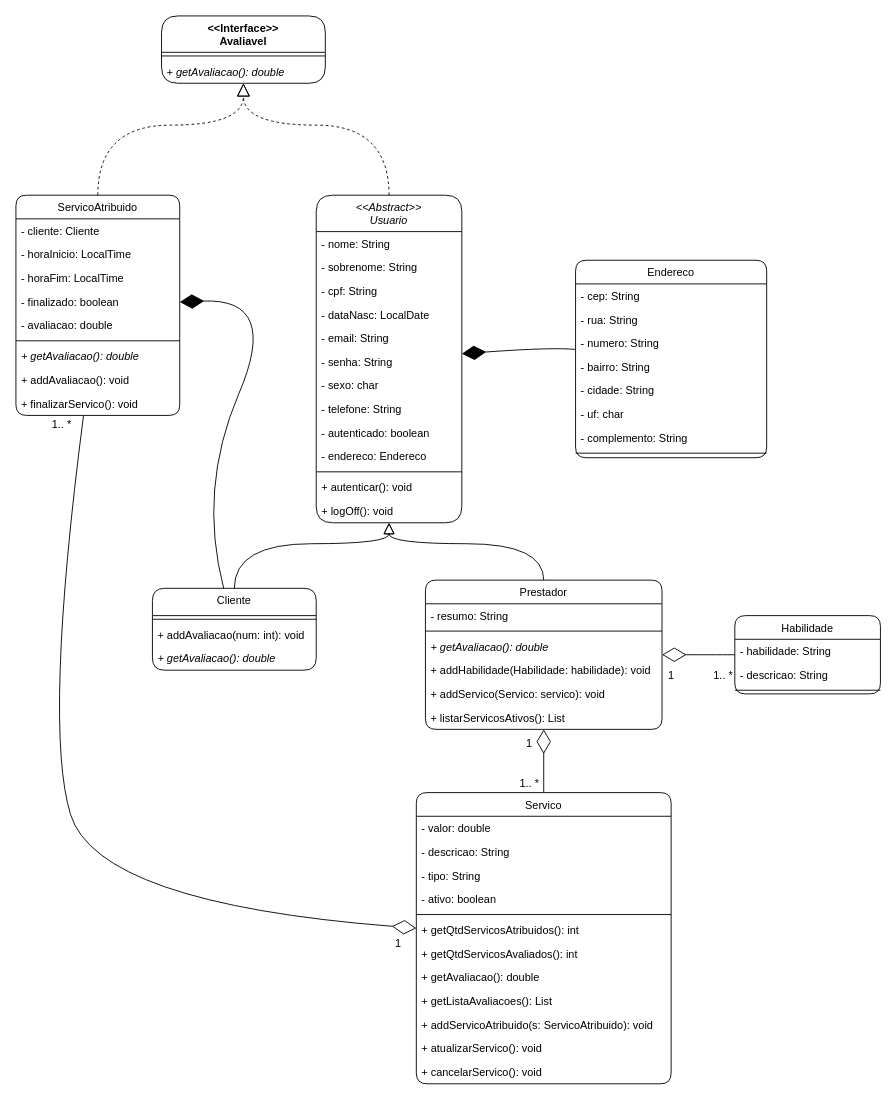
This is docs/class diagram iara.drawio from j9remy/Iara-grupo-5, a draw.io file, before an edit. Source tidied: cells renumbered, new cells numbered last; positions are measured from the earlier drawing's top-left corner, leaving out a move shared by most shapes. Both pictures are drawn from the tidied source at 91%, with x=0, y=0 at pixel (15, 15).
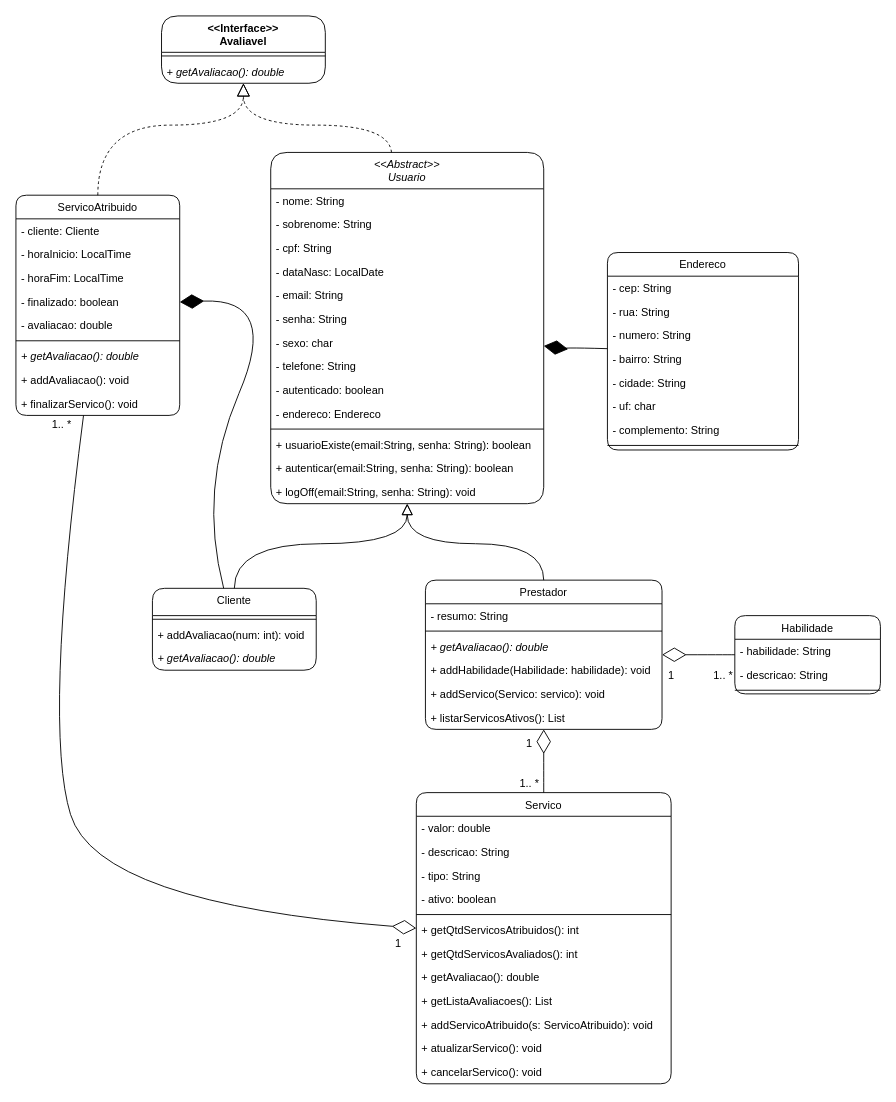
Above is the later version.

What changed in the source:
```diff
@@
     <mxCell id="2" value="&lt;&lt;Abstract&gt;&gt;&#10;Usuario" style="swimlane;fontStyle=2;align=center;verticalAlign=top;horizontal=1;startSize=40;shadow=0;strokeWidth=1;rounded=1;" parent="1" vertex="1">
-      <mxGeometry x="330" y="197" width="160" height="360" as="geometry" />
+      <mxGeometry x="280" y="150" width="300" height="386" as="geometry" />
     </mxCell>
     <mxCell id="3" value="- nome: String" style="text;align=left;verticalAlign=top;spacingLeft=4;spacingRight=4;overflow=hidden;rounded=1;" parent="2" vertex="1">
-      <mxGeometry y="40" width="160" height="26" as="geometry" />
+      <mxGeometry y="40" width="300" height="26" as="geometry" />
     </mxCell>
     <mxCell id="4" value="- sobrenome: String" style="text;align=left;verticalAlign=top;spacingLeft=4;spacingRight=4;overflow=hidden;shadow=0;html=0;rounded=1;" parent="2" vertex="1">
-      <mxGeometry y="66" width="160" height="26" as="geometry" />
+      <mxGeometry y="66" width="300" height="26" as="geometry" />
     </mxCell>
     <mxCell id="5" value="- cpf: String" style="text;align=left;verticalAlign=top;spacingLeft=4;spacingRight=4;overflow=hidden;shadow=0;html=0;rounded=1;" parent="2" vertex="1">
-      <mxGeometry y="92" width="160" height="26" as="geometry" />
+      <mxGeometry y="92" width="300" height="26" as="geometry" />
     </mxCell>
     <mxCell id="6" value="- dataNasc: LocalDate" style="text;align=left;verticalAlign=top;spacingLeft=4;spacingRight=4;overflow=hidden;shadow=0;html=0;rounded=1;" parent="2" vertex="1">
-      <mxGeometry y="118" width="160" height="26" as="geometry" />
+      <mxGeometry y="118" width="300" height="26" as="geometry" />
     </mxCell>
     <mxCell id="7" value="- email: String" style="text;align=left;verticalAlign=top;spacingLeft=4;spacingRight=4;overflow=hidden;shadow=0;html=0;rounded=1;" parent="2" vertex="1">
-      <mxGeometry y="144" width="160" height="26" as="geometry" />
+      <mxGeometry y="144" width="300" height="26" as="geometry" />
     </mxCell>
     <mxCell id="8" value="- senha: String" style="text;align=left;verticalAlign=top;spacingLeft=4;spacingRight=4;overflow=hidden;shadow=0;html=0;rounded=1;" parent="2" vertex="1">
-      <mxGeometry y="170" width="160" height="26" as="geometry" />
+      <mxGeometry y="170" width="300" height="26" as="geometry" />
     </mxCell>
     <mxCell id="9" value="- sexo: char" style="text;align=left;verticalAlign=top;spacingLeft=4;spacingRight=4;overflow=hidden;shadow=0;html=0;rounded=1;" parent="2" vertex="1">
-      <mxGeometry y="196" width="160" height="26" as="geometry" />
+      <mxGeometry y="196" width="300" height="26" as="geometry" />
     </mxCell>
     <mxCell id="10" value="- telefone: String" style="text;align=left;verticalAlign=top;spacingLeft=4;spacingRight=4;overflow=hidden;shadow=0;html=0;rounded=1;" parent="2" vertex="1">
-      <mxGeometry y="222" width="160" height="26" as="geometry" />
+      <mxGeometry y="222" width="300" height="26" as="geometry" />
     </mxCell>
     <mxCell id="11" value="- autenticado: boolean" style="text;align=left;verticalAlign=top;spacingLeft=4;spacingRight=4;overflow=hidden;shadow=0;html=0;rounded=1;" parent="2" vertex="1">
-      <mxGeometry y="248" width="160" height="26" as="geometry" />
+      <mxGeometry y="248" width="300" height="26" as="geometry" />
     </mxCell>
     <mxCell id="12" value="- endereco: Endereco" style="text;align=left;verticalAlign=top;spacingLeft=4;spacingRight=4;overflow=hidden;shadow=0;html=0;rounded=1;" parent="2" vertex="1">
-      <mxGeometry y="274" width="160" height="26" as="geometry" />
+      <mxGeometry y="274" width="300" height="26" as="geometry" />
     </mxCell>
     <mxCell id="13" style="line;html=1;strokeWidth=1;align=left;verticalAlign=middle;spacingTop=-1;spacingLeft=3;spacingRight=3;labelPosition=right;rounded=1;" parent="2" vertex="1">
-      <mxGeometry y="300" width="160" height="8" as="geometry" />
+      <mxGeometry y="300" width="300" height="8" as="geometry" />
     </mxCell>
-    <mxCell id="14" value="+ autenticar(): void" style="text;align=left;verticalAlign=top;spacingLeft=4;spacingRight=4;overflow=hidden;shadow=0;html=0;fontStyle=0;rounded=1;" parent="2" vertex="1">
-      <mxGeometry y="308" width="160" height="26" as="geometry" />
+    <mxCell id="14" value="+ usuarioExiste(email:String, senha: String): boolean" style="text;align=left;verticalAlign=top;spacingLeft=4;spacingRight=4;overflow=hidden;shadow=0;html=0;fontStyle=0;rounded=1;" parent="2" vertex="1">
+      <mxGeometry y="308" width="300" height="26" as="geometry" />
     </mxCell>
+    <mxCell id="81" value="+ autenticar(email:String, senha: String): boolean" style="text;align=left;verticalAlign=top;spacingLeft=4;spacingRight=4;overflow=hidden;shadow=0;html=0;fontStyle=0;rounded=1;" parent="2" vertex="1">
+      <mxGeometry y="334" width="300" height="26" as="geometry" />
+    </mxCell>
-    <mxCell id="15" value="+ logOff(): void" style="text;align=left;verticalAlign=top;spacingLeft=4;spacingRight=4;overflow=hidden;shadow=0;html=0;fontStyle=0;rounded=1;" parent="2" vertex="1">
-      <mxGeometry y="334" width="160" height="26" as="geometry" />
+    <mxCell id="15" value="+ logOff(email:String, senha: String): void" style="text;align=left;verticalAlign=top;spacingLeft=4;spacingRight=4;overflow=hidden;shadow=0;html=0;fontStyle=0;rounded=1;" parent="2" vertex="1">
+      <mxGeometry y="360" width="300" height="26" as="geometry" />
     </mxCell>
@@
     <mxCell id="29" value="Endereco" style="swimlane;fontStyle=0;align=center;verticalAlign=top;horizontal=1;startSize=26;shadow=0;strokeWidth=1;rounded=1;" parent="1" vertex="1">
-      <mxGeometry x="615" y="268.5" width="210" height="217" as="geometry" />
+      <mxGeometry x="650" y="260" width="210" height="217" as="geometry" />
     </mxCell>
```
